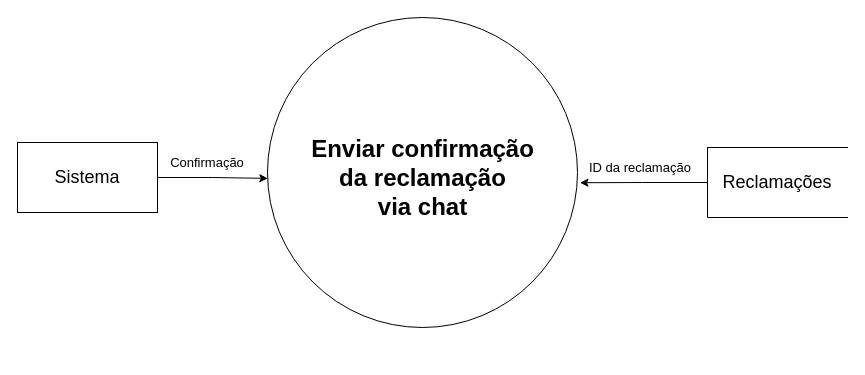
Luvisa-dev/Chatbot-Projeto-Integrado keeps this draw.io diagram as documentação/diagramas/RF004 - Enviar confirmação da reclamção via chat.drawio. Above is the earlier version. Source tidied: cells renumbered, new cells numbered last; positions are measured from the earlier drawing's top-left corner, leaving out a move shared by most shapes. Both pictures are drawn from the tidied source at 100%, with x=0, y=0 at pixel (17, 17).
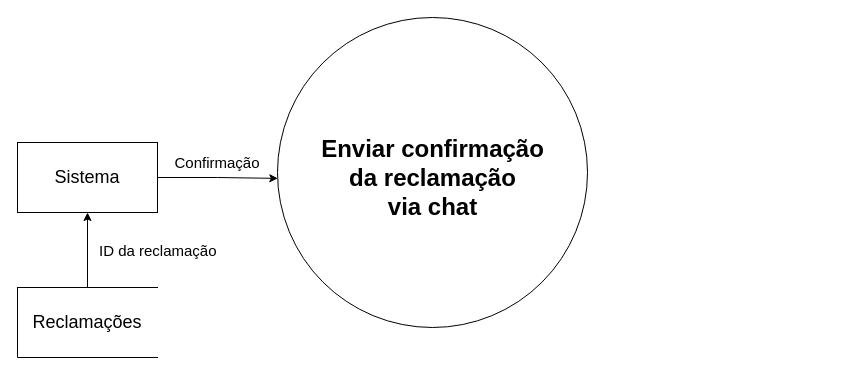
The same page after the edit.

The edit, as a diff of the source:
```diff
@@
 <mxGraphModel>
   <root>
     <mxCell id="0" />
     <mxCell id="1" parent="0" />
     <mxCell id="2" style="shape=ellipse;html=1;dashed=0;whiteSpace=wrap;perimeter=ellipsePerimeter;" parent="1" vertex="1">
-      <mxGeometry x="250" width="310" height="310" as="geometry" />
+      <mxGeometry x="260" width="310" height="310" as="geometry" />
     </mxCell>
     <mxCell id="3" value="&lt;div&gt;Enviar confirmação&lt;/div&gt;&lt;div&gt;da reclamação&lt;/div&gt;&lt;div&gt;via chat&lt;/div&gt;" style="text;strokeColor=none;fillColor=none;html=1;fontSize=24;fontStyle=1;verticalAlign=middle;align=center;" parent="1" vertex="1">
-      <mxGeometry x="355" y="160" width="100" as="geometry" />
+      <mxGeometry x="365" y="160" width="100" as="geometry" />
     </mxCell>
     <mxCell id="4" style="edgeStyle=orthogonalEdgeStyle;rounded=0;jettySize=auto;html=1;entryX=0.001;entryY=0.519;entryDx=0;entryDy=0;entryPerimeter=0;" parent="1" edge="1" source="5" target="2">
       <mxGeometry relative="1" as="geometry" />
     </mxCell>
     <mxCell id="5" value="&lt;div&gt;&lt;font style=&quot;font-size: 18px;&quot;&gt;Sistema&lt;/font&gt;&lt;/div&gt;" style="html=1;dashed=0;whiteSpace=wrap;" parent="1" vertex="1">
       <mxGeometry y="125" width="140" height="70" as="geometry" />
     </mxCell>
-    <mxCell id="6" value="Confirmação" style="text;html=1;align=center;verticalAlign=middle;whiteSpace=wrap;rounded=0;fontSize=13;" parent="1" vertex="1">
-      <mxGeometry x="160" y="130" width="60" height="30" as="geometry" />
+    <mxCell id="6" value="Confirmação" style="text;html=1;align=center;verticalAlign=middle;whiteSpace=wrap;rounded=0;fontSize=15;" parent="1" vertex="1">
+      <mxGeometry x="170" y="130" width="60" height="30" as="geometry" />
     </mxCell>
+    <mxCell id="10" style="edgeStyle=orthogonalEdgeStyle;rounded=0;jettySize=auto;html=1;entryX=0.5;entryY=1;entryDx=0;entryDy=0;" parent="1" edge="1" source="7" target="5">
+      <mxGeometry relative="1" as="geometry" />
+    </mxCell>
     <mxCell id="7" value="&lt;div&gt;&lt;font style=&quot;font-size: 18px;&quot;&gt;Reclamações&lt;/font&gt;&lt;/div&gt;" style="html=1;dashed=0;whiteSpace=wrap;shape=partialRectangle;right=0;" parent="1" vertex="1">
-      <mxGeometry x="690" y="130" width="140" height="70" as="geometry" />
+      <mxGeometry y="270" width="140" height="70" as="geometry" />
     </mxCell>
-    <mxCell id="8" style="edgeStyle=orthogonalEdgeStyle;rounded=0;jettySize=auto;html=1;entryX=1.008;entryY=0.533;entryDx=0;entryDy=0;entryPerimeter=0;" parent="1" edge="1" source="7" target="2">
-      <mxGeometry relative="1" as="geometry" />
-    </mxCell>
-    <mxCell id="9" value="&lt;font style=&quot;font-size: 13px;&quot;&gt;&lt;br&gt;ID da reclamação&lt;/font&gt;" style="text;whiteSpace=wrap;html=1;fontSize=11;" parent="1" vertex="1">
-      <mxGeometry x="570" y="120" width="120" height="40" as="geometry" />
+    <mxCell id="9" value="&lt;font&gt;&lt;br&gt;ID da reclamação&lt;/font&gt;" style="text;whiteSpace=wrap;html=1;fontSize=15;" parent="1" vertex="1">
+      <mxGeometry x="80" y="200" width="120" height="40" as="geometry" />
     </mxCell>
   </root>
 </mxGraphModel>
```
